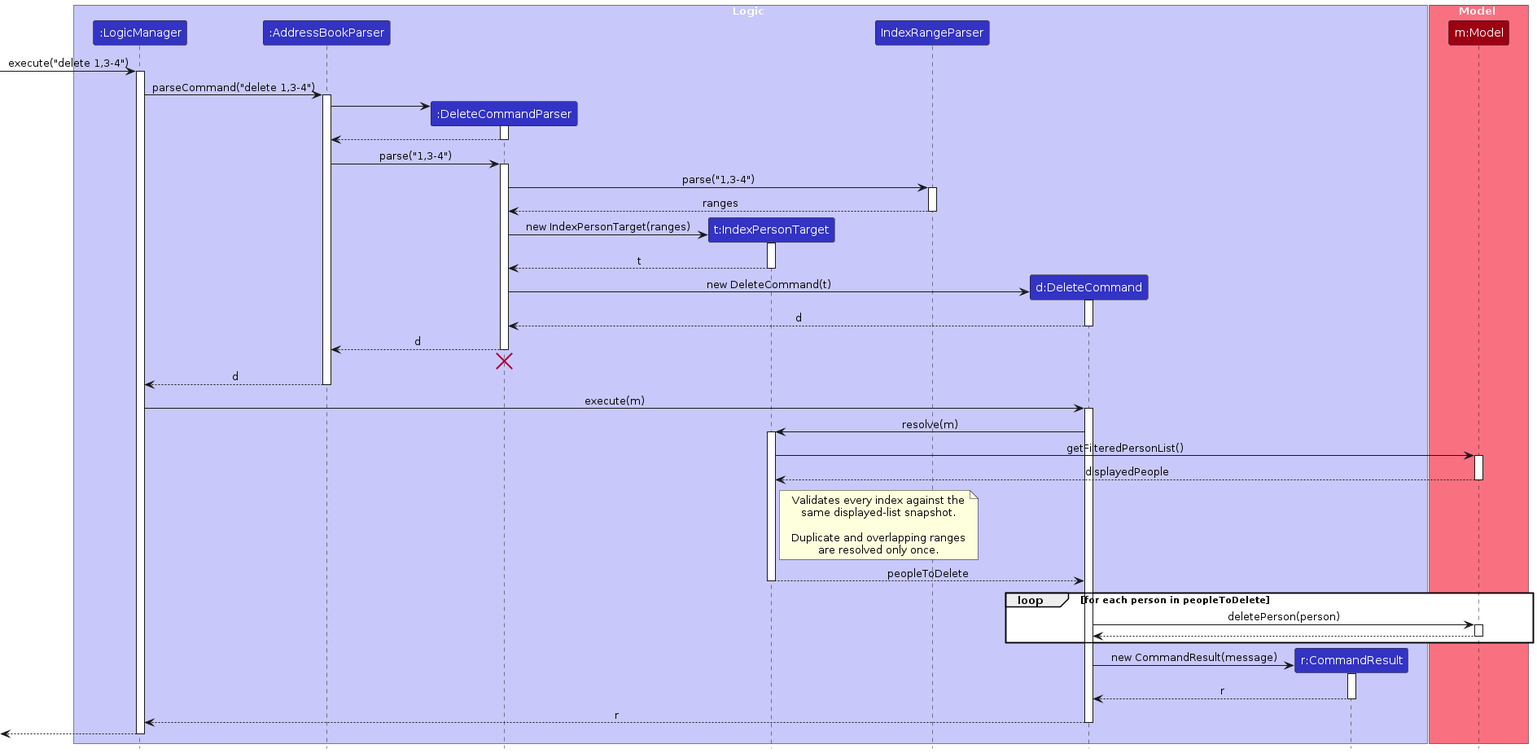
Before: diagrams/DeleteSequenceDiagram.png, a diagram exported from PlantUML (AY2627S1-CS2103T-T11-2/tp). Its source is kept beside it as diagrams/DeleteSequenceDiagram.puml.
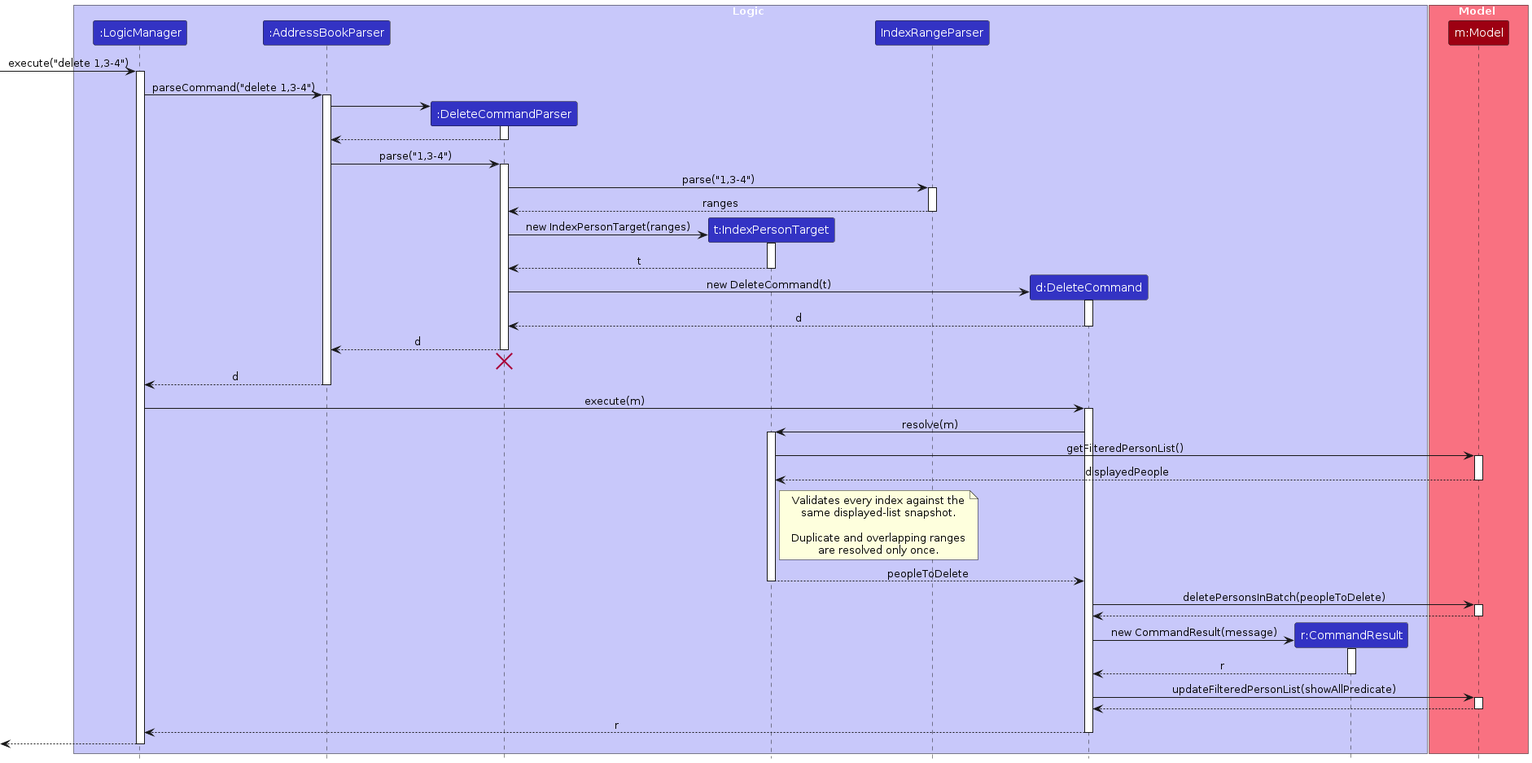
Above is the later version.

What changed in the source:
```diff
@@ -36,7 +36,6 @@
 activate IndexRangeParser
 IndexRangeParser --> DeleteCommandParser : ranges
 deactivate IndexRangeParser
-
 
 create IndexPersonTarget
 DeleteCommandParser -> IndexPersonTarget : new IndexPersonTarget(ranges)
@@ -84,14 +83,11 @@
 IndexPersonTarget --> DeleteCommand : peopleToDelete
 deactivate IndexPersonTarget
 
+DeleteCommand -> Model : deletePersonsInBatch(peopleToDelete)
+activate Model
 
-loop for each person in peopleToDelete
-    DeleteCommand -> Model : deletePerson(person)
-    activate Model
-
-    Model --> DeleteCommand
-    deactivate Model
-end
+Model --> DeleteCommand
+deactivate Model
 
 create CommandResult
 DeleteCommand -> CommandResult : new CommandResult(message)
@@ -100,6 +96,12 @@
 CommandResult --> DeleteCommand : r
 deactivate CommandResult
 
+DeleteCommand -> Model : updateFilteredPersonList(showAllPredicate)
+activate Model
+
+Model --> DeleteCommand
+deactivate Model
+
 DeleteCommand --> LogicManager : r
 deactivate DeleteCommand
 
```
